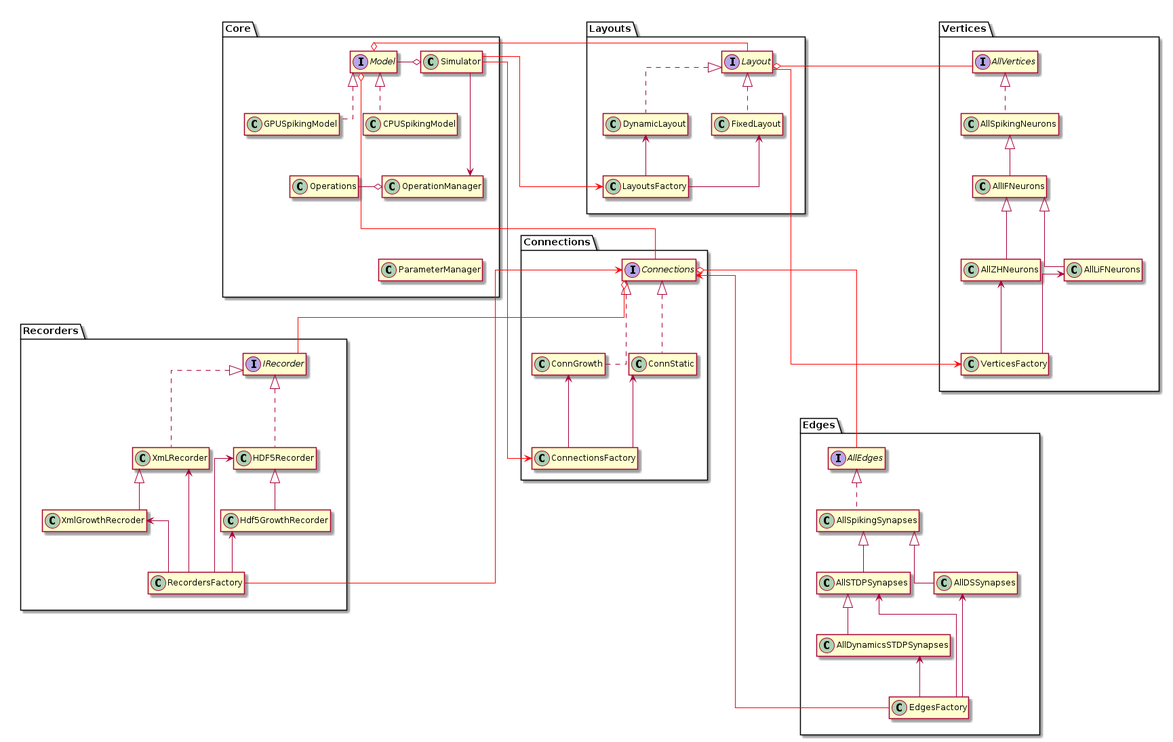
UWB-Biocomputing/Graphitti keeps this PlantUML diagram as docs/Developer/ClassDiagrams/diagrams/package UML.png. Above is the earlier version.
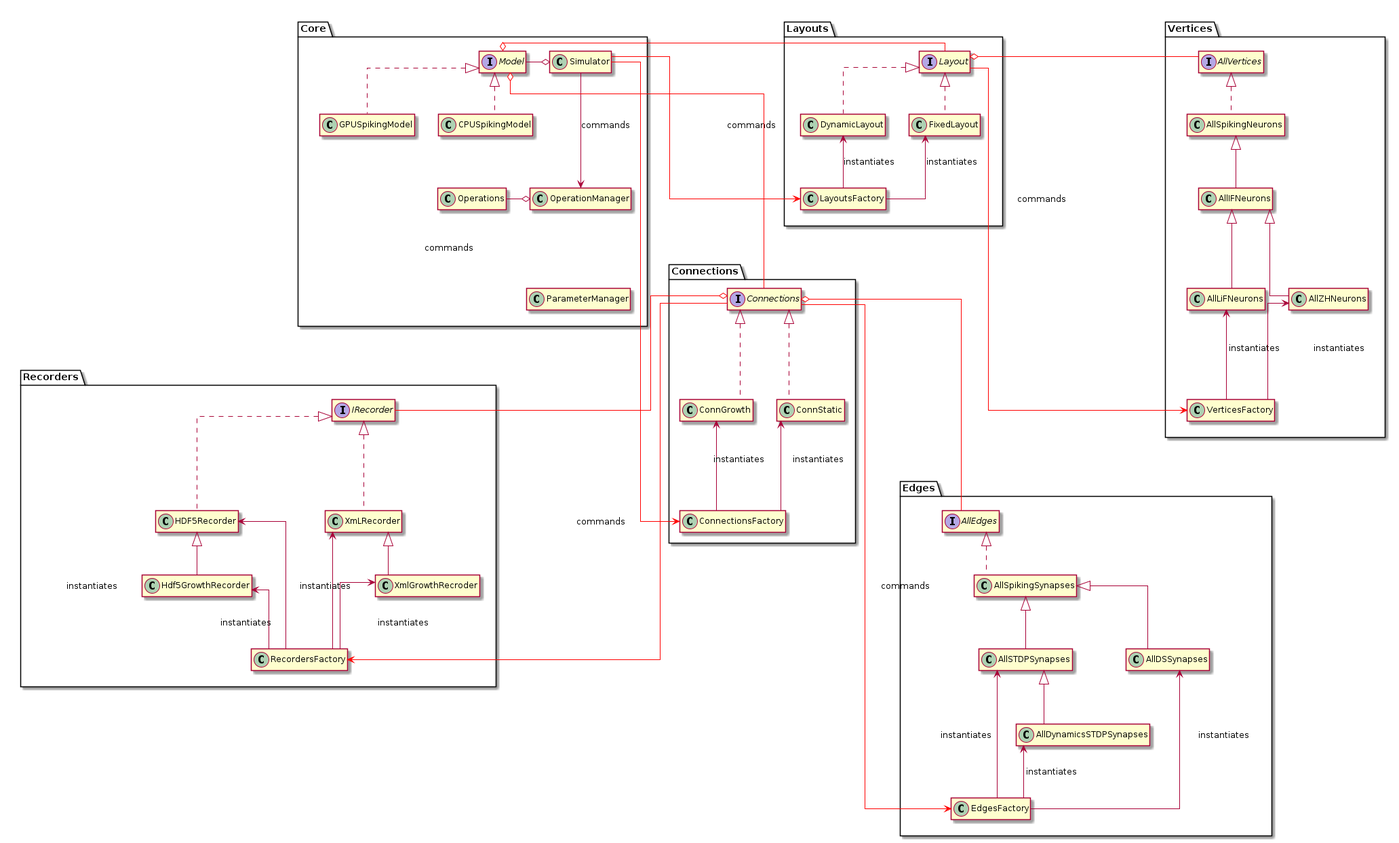
After the change.

Commit message:
Generate SVG and PNG images for PlantUML diagrams

Change to the diagram source:
```diff
@@ -6,67 +6,67 @@
 package Core{
    class Simulator
    class CPUSpikingModel implements Model
-	class GPUSpikingModel implements Model
-	class Operations
-	class OperationManager
-	class ParameterManager
+   class GPUSpikingModel implements Model
+   class Operations
+   class OperationManager
+   class ParameterManager
 
-	Model -left-o Simulator
-	Operations -right-o OperationManager
-	Simulator ---> OperationManager
+   Model -left-o Simulator
+   Operations -right-o OperationManager
+   Simulator ---> OperationManager : commands
 
-	CPUSpikingModel -[hidden]right> GPUSpikingModel
-	CPUSpikingModel -[hidden]-> Operations
+   CPUSpikingModel -[hidden]right> GPUSpikingModel
+   CPUSpikingModel -[hidden]-> Operations
    OperationManager -[hidden]-> ParameterManager
 }
 
 package Layouts{
-	class FixedLayout implements Layout
-	class DynamicLayout implements Layout
-	class LayoutsFactory
-	FixedLayout <-- LayoutsFactory
-	DynamicLayout <-- LayoutsFactory
+   class FixedLayout implements Layout
+   class DynamicLayout implements Layout
+   class LayoutsFactory
+   FixedLayout <-- LayoutsFactory : instantiates
+   DynamicLayout <-- LayoutsFactory	: instantiates
 }
 
 package Vertices{
-	class AllSpikingNeurons implements AllVertices
-	class AllIFNeurons extends AllSpikingNeurons
-	class AllLiFNeurons extends AllIFNeurons
-	class AllZHNeurons extends AllIFNeurons
-	class VerticesFactory
-	VerticesFactory -up-> AllLiFNeurons
-	VerticesFactory -up-> AllZHNeurons
+   class AllSpikingNeurons implements AllVertices
+   class AllIFNeurons extends AllSpikingNeurons
+   class AllLiFNeurons extends AllIFNeurons
+   class AllZHNeurons extends AllIFNeurons
+   class VerticesFactory
+   VerticesFactory -up-> AllLiFNeurons : instantiates
+   VerticesFactory -up-> AllZHNeurons : instantiates
 }
 
 package Recorders{
-	class  XmLRecorder implements IRecorder
-	class HDF5Recorder implements IRecorder
-	class XmlGrowthRecroder extends XmLRecorder
-	class Hdf5GrowthRecorder extends HDF5Recorder
-	class RecordersFactory
-	XmLRecorder <-- RecordersFactory
-	HDF5Recorder <-- RecordersFactory
-	XmlGrowthRecroder <-- RecordersFactory
-	Hdf5GrowthRecorder <-- RecordersFactory
+   class  XmLRecorder implements IRecorder
+   class HDF5Recorder implements IRecorder
+   class XmlGrowthRecroder extends XmLRecorder
+   class Hdf5GrowthRecorder extends HDF5Recorder
+   class RecordersFactory
+   XmLRecorder <-- RecordersFactory : instantiates
+   HDF5Recorder <-- RecordersFactory : instantiates
+   XmlGrowthRecroder <-- RecordersFactory : instantiates
+   Hdf5GrowthRecorder <-- RecordersFactory : instantiates
 }
 
 package Connections{
-	class ConnStatic implements Connections
-	class ConnGrowth Implements Connections
-	class ConnectionsFactory
-	ConnectionsFactory --up> ConnStatic
-	ConnectionsFactory --up> ConnGrowth
+   class ConnStatic implements Connections
+   class ConnGrowth Implements Connections
+   class ConnectionsFactory
+   ConnectionsFactory --up> ConnStatic : instantiates
+   ConnectionsFactory --up> ConnGrowth  : instantiates
 }
 
 package Edges{
-	class AllSpikingSynapses implements AllEdges
-	class AllSTDPSynapses extends AllSpikingSynapses
-	class AllDSSynapses extends AllSpikingSynapses
-	class AllDynamicsSTDPSynapses extends AllSTDPSynapses
-	class EdgesFactory
-	EdgesFactory --up-> AllSTDPSynapses
-	EdgesFactory --up-> AllDSSynapses
-	EdgesFactory --up> AllDynamicsSTDPSynapses
+   class AllSpikingSynapses implements AllEdges
+   class AllSTDPSynapses extends AllSpikingSynapses
+   class AllDSSynapses extends AllSpikingSynapses
+   class AllDynamicsSTDPSynapses extends AllSTDPSynapses
+   class EdgesFactory
+   EdgesFactory --up-> AllSTDPSynapses : instantiates
+   EdgesFactory --up-> AllDSSynapses : instantiates
+   EdgesFactory --up> AllDynamicsSTDPSynapses : instantiates
 }
 
 Core -[hidden]right>  Layouts
@@ -75,15 +75,15 @@
 Layouts -[hidden]down---> Connections
 Vertices -[hidden]down-----> Edges
 
-Simulator -[#red]-> LayoutsFactory
-Simulator -[#red]--> ConnectionsFactory
+Simulator -[#red]-> LayoutsFactory : commands
+Simulator -[#red]--> ConnectionsFactory: commands
 Model o-[#red] Layout
 Model o-[#red]-- Connections
 Layout o-[#red] AllVertices
-Layout -[#red]---> VerticesFactory
+Layout -[#red]---> VerticesFactory : commands
 
 Connections o-[#red]- IRecorder
 Connections o-[#red]- AllEdges
-Connections <-[#red]---- RecordersFactory
-Connections <-[#red]---- EdgesFactory
+Connections -[#red]----> RecordersFactory : commands
+Connections -[#red]----> EdgesFactory : commands
 @enduml
```
